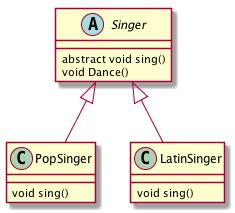
xenodium/xenodium.github.io keeps this PlantUML diagram as images/plantuml-example/plantuml-singer.png. Above is the earlier version. Source of this version:
```plantuml
@startuml
  abstract class Singer {
    abstract void sing()
    void Dance()
  }

  Singer <|-- PopSinger
  Singer <|-- LatinSinger

  class PopSinger {
    void sing()
  }

  class LatinSinger {
    void sing()
  }

@enduml
```
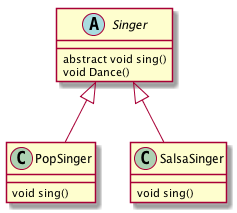
After the change.

Change to the diagram source:
```diff
@@ -5,13 +5,13 @@
   }
 
   Singer <|-- PopSinger
-  Singer <|-- LatinSinger
+  Singer <|-- SalsaSinger
 
   class PopSinger {
     void sing()
   }
 
-  class LatinSinger {
+  class SalsaSinger {
     void sing()
   }
 
```
